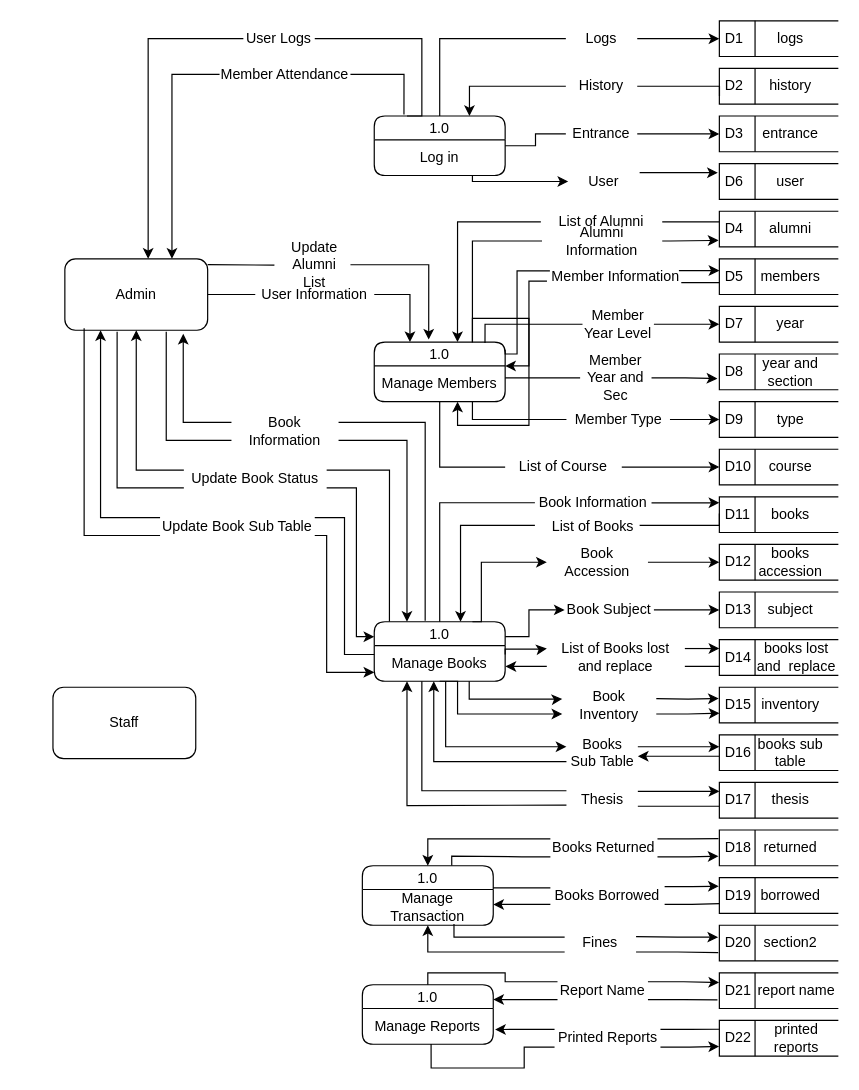
Above: dfdnew.drawio in Jayrou12345/Flowchart (draw.io), before the change. Source tidied: cells renumbered, new cells numbered last; positions are measured from the earlier drawing's top-left corner, leaving out a move shared by most shapes. Both pictures are drawn from the tidied source at 119%, with x=0, y=0 at pixel (52, 20).
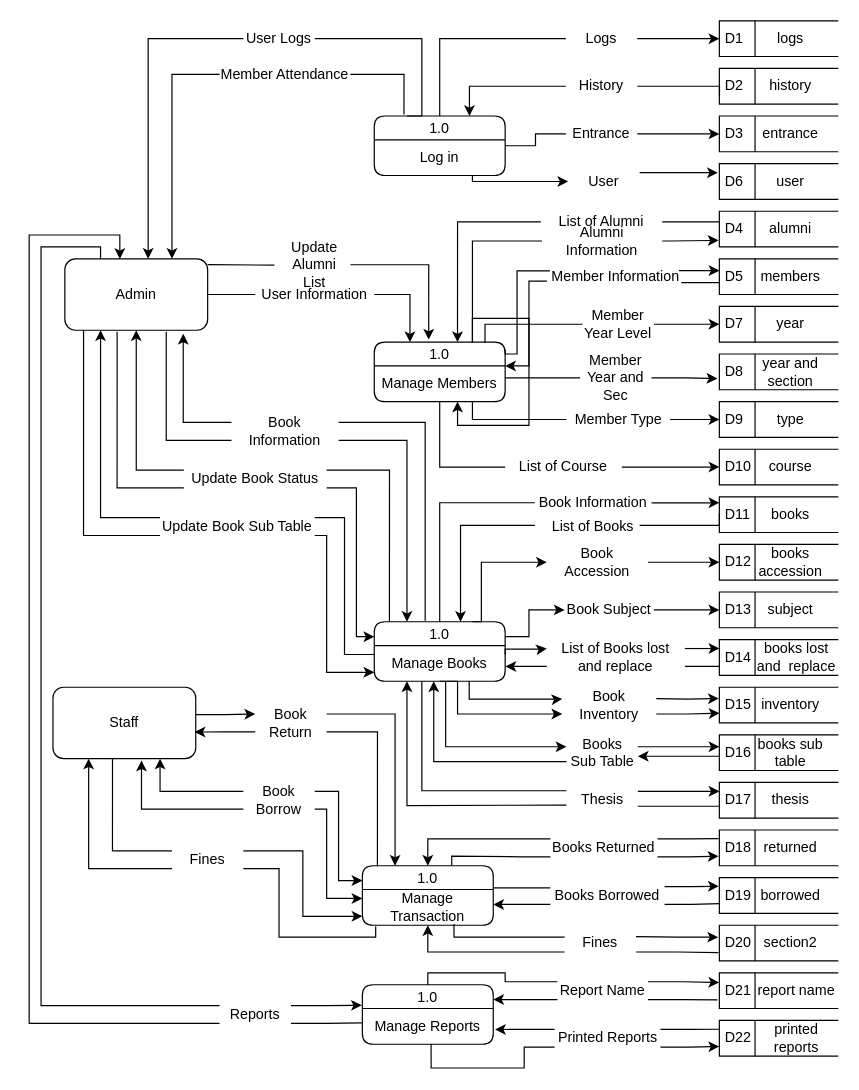
After the change.

Unchanged cells that the change refers to:
```xml
<mxCell id="60" value="1.0" style="swimlane;fontStyle=0;horizontal=1;startSize=20;fillColor=#ffffff;swimlaneFillColor=#ffffff;rounded=1;" parent="1" vertex="1">
  <mxGeometry x="260" y="710" width="110" height="50" as="geometry" />
</mxCell>
<mxCell id="61" value="Manage Transaction" style="text;html=1;strokeColor=none;fillColor=none;align=center;verticalAlign=middle;whiteSpace=wrap;rounded=1;" parent="60" vertex="1">
  <mxGeometry y="20" width="110" height="30" as="geometry" />
</mxCell>
<mxCell id="62" value="1.0" style="swimlane;fontStyle=0;horizontal=1;startSize=20;fillColor=#ffffff;swimlaneFillColor=#ffffff;rounded=1;" parent="1" vertex="1">
  <mxGeometry x="260" y="810" width="110" height="50" as="geometry" />
</mxCell>
<mxCell id="63" value="Manage Reports" style="text;html=1;strokeColor=none;fillColor=none;align=center;verticalAlign=middle;whiteSpace=wrap;rounded=1;" parent="62" vertex="1">
  <mxGeometry y="20" width="110" height="30" as="geometry" />
</mxCell>
<mxCell id="68" value="Admin" style="rounded=1;whiteSpace=wrap;html=1;" parent="1" vertex="1">
  <mxGeometry x="10" y="200" width="120" height="60" as="geometry" />
</mxCell>
<mxCell id="69" value="Staff" style="rounded=1;whiteSpace=wrap;html=1;" parent="1" vertex="1">
  <mxGeometry y="560" width="120" height="60" as="geometry" />
</mxCell>
<mxCell id="176" value="Update Book Sub Table" style="text;html=1;strokeColor=none;fillColor=none;align=center;verticalAlign=middle;whiteSpace=wrap;rounded=0;" parent="1" vertex="1">
  <mxGeometry x="90" y="410" width="130" height="30" as="geometry" />
</mxCell>
```

Diff of the diagram source:
```diff
@@
+    <mxCell id="178" style="edgeStyle=orthogonalEdgeStyle;rounded=0;jettySize=auto;html=1;exitX=0.997;exitY=0.383;exitDx=0;exitDy=0;entryX=0;entryY=0.25;entryDx=0;entryDy=0;exitPerimeter=0;" parent="1" edge="1" source="69" target="180">
+      <mxGeometry relative="1" as="geometry" />
+    </mxCell>
@@
-    <mxCell id="177" style="edgeStyle=orthogonalEdgeStyle;rounded=0;jettySize=auto;html=1;exitX=0;exitY=0.75;exitDx=0;exitDy=0;entryX=0.135;entryY=0.973;entryDx=0;entryDy=0;entryPerimeter=0;endArrow=none;endFill=0;" parent="1" edge="1" source="176" target="68">
+    <mxCell id="177" style="edgeStyle=orthogonalEdgeStyle;rounded=0;jettySize=auto;html=1;exitX=0;exitY=0.75;exitDx=0;exitDy=0;entryX=0.131;entryY=0.997;entryDx=0;entryDy=0;entryPerimeter=0;endArrow=none;endFill=0;" parent="1" edge="1" source="176" target="68">
       <mxGeometry relative="1" as="geometry" />
     </mxCell>
+    <mxCell id="179" style="edgeStyle=orthogonalEdgeStyle;rounded=0;jettySize=auto;html=1;exitX=1;exitY=0.25;exitDx=0;exitDy=0;entryX=0.25;entryY=0;entryDx=0;entryDy=0;" parent="1" edge="1" source="180" target="60">
+      <mxGeometry relative="1" as="geometry" />
+    </mxCell>
+    <mxCell id="180" value="Book Return" style="text;html=1;strokeColor=none;fillColor=none;align=center;verticalAlign=middle;whiteSpace=wrap;rounded=0;" parent="1" vertex="1">
+      <mxGeometry x="170" y="575" width="60" height="30" as="geometry" />
+    </mxCell>
+    <mxCell id="181" style="edgeStyle=orthogonalEdgeStyle;rounded=0;jettySize=auto;html=1;exitX=1;exitY=0.75;exitDx=0;exitDy=0;entryX=0.115;entryY=0.007;entryDx=0;entryDy=0;entryPerimeter=0;endArrow=none;endFill=0;" parent="1" edge="1" source="180" target="60">
+      <mxGeometry relative="1" as="geometry" />
+    </mxCell>
+    <mxCell id="182" style="edgeStyle=orthogonalEdgeStyle;rounded=0;jettySize=auto;html=1;exitX=0;exitY=0.75;exitDx=0;exitDy=0;entryX=0.992;entryY=0.628;entryDx=0;entryDy=0;entryPerimeter=0;" parent="1" edge="1" source="180" target="69">
+      <mxGeometry relative="1" as="geometry" />
+    </mxCell>
+    <mxCell id="183" style="edgeStyle=orthogonalEdgeStyle;rounded=0;jettySize=auto;html=1;exitX=1;exitY=0.25;exitDx=0;exitDy=0;entryX=0;entryY=0.25;entryDx=0;entryDy=0;" parent="1" edge="1" source="186" target="60">
+      <mxGeometry relative="1" as="geometry" />
+    </mxCell>
+    <mxCell id="184" style="edgeStyle=orthogonalEdgeStyle;rounded=0;jettySize=auto;html=1;exitX=0;exitY=0.25;exitDx=0;exitDy=0;entryX=0.75;entryY=1;entryDx=0;entryDy=0;" parent="1" edge="1" source="186" target="69">
+      <mxGeometry relative="1" as="geometry" />
+    </mxCell>
+    <mxCell id="185" style="edgeStyle=orthogonalEdgeStyle;rounded=0;jettySize=auto;html=1;exitX=1;exitY=0.75;exitDx=0;exitDy=0;entryX=0;entryY=0.25;entryDx=0;entryDy=0;" parent="1" edge="1" source="186" target="61">
+      <mxGeometry relative="1" as="geometry">
+        <Array as="points">
+          <mxPoint x="230" y="663" />
+          <mxPoint x="230" y="738" />
+        </Array>
+      </mxGeometry>
+    </mxCell>
+    <mxCell id="186" value="Book Borrow" style="text;html=1;strokeColor=none;fillColor=none;align=center;verticalAlign=middle;whiteSpace=wrap;rounded=0;" parent="1" vertex="1">
+      <mxGeometry x="160" y="640" width="60" height="30" as="geometry" />
+    </mxCell>
+    <mxCell id="187" style="edgeStyle=orthogonalEdgeStyle;rounded=0;jettySize=auto;html=1;exitX=0;exitY=0.75;exitDx=0;exitDy=0;entryX=0.62;entryY=1.027;entryDx=0;entryDy=0;entryPerimeter=0;" parent="1" edge="1" source="186" target="69">
+      <mxGeometry relative="1" as="geometry" />
+    </mxCell>
+    <mxCell id="188" style="edgeStyle=orthogonalEdgeStyle;rounded=0;jettySize=auto;html=1;exitX=1;exitY=0.25;exitDx=0;exitDy=0;entryX=0;entryY=0.75;entryDx=0;entryDy=0;" parent="1" edge="1" source="190" target="61">
+      <mxGeometry relative="1" as="geometry" />
+    </mxCell>
+    <mxCell id="189" style="edgeStyle=orthogonalEdgeStyle;rounded=0;jettySize=auto;html=1;exitX=0;exitY=0.75;exitDx=0;exitDy=0;entryX=0.25;entryY=1;entryDx=0;entryDy=0;" parent="1" edge="1" source="190" target="69">
+      <mxGeometry relative="1" as="geometry" />
+    </mxCell>
+    <mxCell id="190" value="Fines" style="text;html=1;strokeColor=none;fillColor=none;align=center;verticalAlign=middle;whiteSpace=wrap;rounded=0;" parent="1" vertex="1">
+      <mxGeometry x="100" y="690" width="60" height="30" as="geometry" />
+    </mxCell>
+    <mxCell id="191" style="edgeStyle=orthogonalEdgeStyle;rounded=0;jettySize=auto;html=1;exitX=1;exitY=0.75;exitDx=0;exitDy=0;entryX=0.102;entryY=1.027;entryDx=0;entryDy=0;entryPerimeter=0;endArrow=none;endFill=0;" parent="1" edge="1" source="190" target="61">
+      <mxGeometry relative="1" as="geometry">
+        <Array as="points">
+          <mxPoint x="190" y="713" />
+          <mxPoint x="190" y="770" />
+          <mxPoint x="271" y="770" />
+        </Array>
+      </mxGeometry>
+    </mxCell>
+    <mxCell id="192" style="edgeStyle=orthogonalEdgeStyle;rounded=0;jettySize=auto;html=1;exitX=0;exitY=0.25;exitDx=0;exitDy=0;entryX=0.417;entryY=0.993;entryDx=0;entryDy=0;entryPerimeter=0;endArrow=none;endFill=0;" parent="1" edge="1" source="190" target="69">
+      <mxGeometry relative="1" as="geometry" />
+    </mxCell>
+    <mxCell id="193" style="edgeStyle=orthogonalEdgeStyle;rounded=0;jettySize=auto;html=1;exitX=0;exitY=0.25;exitDx=0;exitDy=0;entryX=0.25;entryY=0;entryDx=0;entryDy=0;endArrow=none;endFill=0;" parent="1" edge="1" source="195" target="68">
+      <mxGeometry relative="1" as="geometry">
+        <Array as="points">
+          <mxPoint x="-10" y="828" />
+          <mxPoint x="-10" y="190" />
+          <mxPoint x="40" y="190" />
+        </Array>
+      </mxGeometry>
+    </mxCell>
+    <mxCell id="194" style="edgeStyle=orthogonalEdgeStyle;rounded=0;jettySize=auto;html=1;exitX=1;exitY=0.75;exitDx=0;exitDy=0;entryX=-0.004;entryY=0.402;entryDx=0;entryDy=0;entryPerimeter=0;endArrow=none;endFill=0;" parent="1" edge="1" source="195" target="63">
+      <mxGeometry relative="1" as="geometry" />
+    </mxCell>
+    <mxCell id="195" value="Reports" style="text;html=1;strokeColor=none;fillColor=none;align=center;verticalAlign=middle;whiteSpace=wrap;rounded=0;" parent="1" vertex="1">
+      <mxGeometry x="140" y="820" width="60" height="30" as="geometry" />
+    </mxCell>
+    <mxCell id="196" style="edgeStyle=orthogonalEdgeStyle;rounded=0;jettySize=auto;html=1;exitX=1;exitY=0.25;exitDx=0;exitDy=0;entryX=-0.004;entryY=0.346;entryDx=0;entryDy=0;entryPerimeter=0;endArrow=classic;endFill=1;" parent="1" edge="1" source="195" target="62">
+      <mxGeometry relative="1" as="geometry" />
+    </mxCell>
+    <mxCell id="197" style="edgeStyle=orthogonalEdgeStyle;rounded=0;jettySize=auto;html=1;exitX=0;exitY=0.75;exitDx=0;exitDy=0;entryX=0.385;entryY=0.002;entryDx=0;entryDy=0;entryPerimeter=0;" parent="1" edge="1" source="195" target="68">
+      <mxGeometry relative="1" as="geometry">
+        <Array as="points">
+          <mxPoint x="-20" y="843" />
+          <mxPoint x="-20" y="180" />
+          <mxPoint x="56" y="180" />
+        </Array>
+      </mxGeometry>
+    </mxCell>
```
